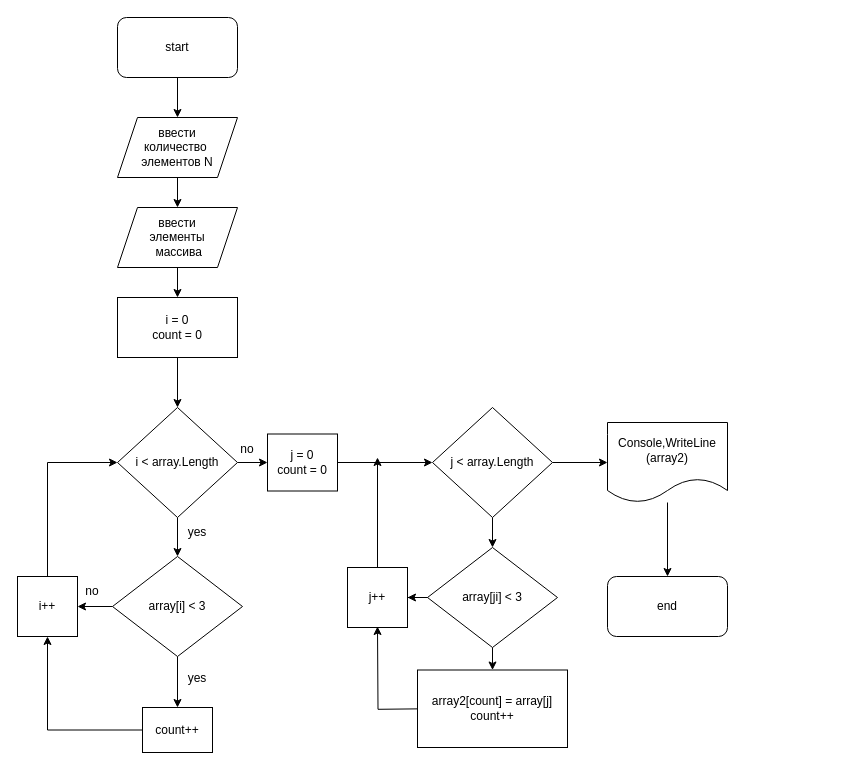
This is lessonFINAL/Project-chart.drawio from KOLOK777/LES-JAN23, a draw.io file, before an edit. Source tidied: cells renumbered, new cells numbered last; positions are measured from the earlier drawing's top-left corner, leaving out a move shared by most shapes. Both pictures are drawn from the tidied source at 100%, with x=0, y=0 at pixel (17, 17).
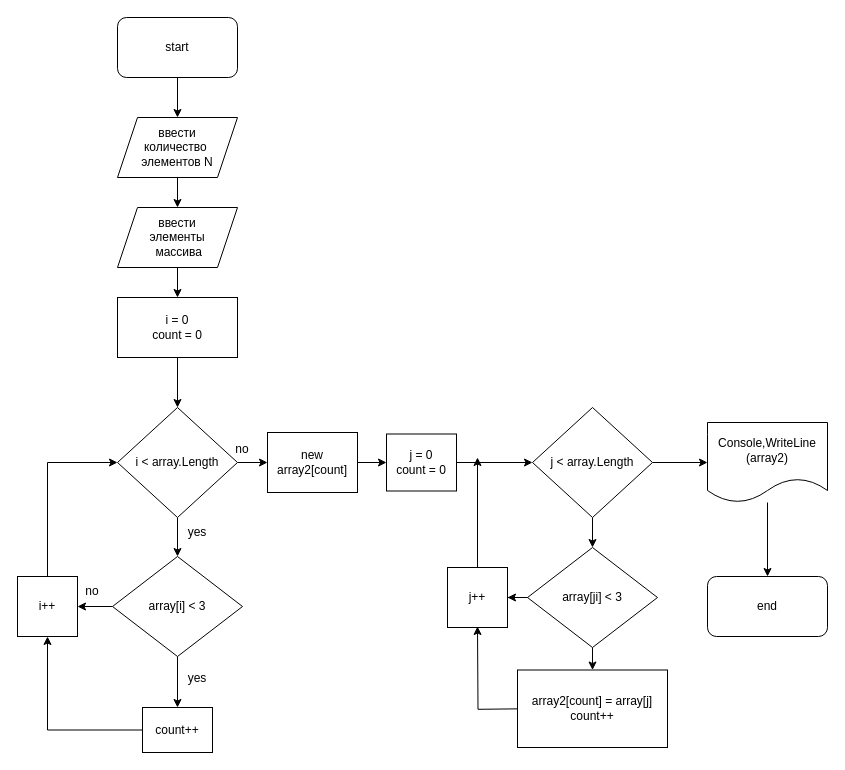
The same diagram, later.

Unchanged cells that the change refers to:
```xml
<mxCell id="4" value="i &amp;lt; array.Length" style="rhombus;whiteSpace=wrap;html=1;" parent="1" vertex="1">
  <mxGeometry x="100" y="390" width="120" height="110" as="geometry" />
</mxCell>
```

Change to the diagram source:
```diff
@@
-    <mxCell id="2" style="edgeStyle=orthogonalEdgeStyle;rounded=0;jettySize=auto;html=1;entryX=0;entryY=0.5;entryDx=0;entryDy=0;" parent="1" edge="1" source="4" target="36">
-      <mxGeometry relative="1" as="geometry" />
-    </mxCell>
@@
+    <mxCell id="39" style="edgeStyle=orthogonalEdgeStyle;rounded=0;jettySize=auto;html=1;entryX=0;entryY=0.5;entryDx=0;entryDy=0;" parent="1" edge="1" source="4" target="41">
+      <mxGeometry relative="1" as="geometry" />
+    </mxCell>
@@
     <mxCell id="7" value="array[ji] &amp;lt; 3" style="rhombus;whiteSpace=wrap;html=1;" parent="1" vertex="1">
-      <mxGeometry x="410" y="530" width="130" height="100" as="geometry" />
+      <mxGeometry x="510" y="530" width="130" height="100" as="geometry" />
     </mxCell>
     <mxCell id="8" style="edgeStyle=orthogonalEdgeStyle;rounded=0;orthogonalLoop=1;jettySize=auto;html=1;entryX=0.4;entryY=1;entryDx=0;entryDy=0;entryPerimeter=0;" parent="1" edge="1">
       <mxGeometry relative="1" as="geometry">
-        <mxPoint x="406" y="691.3" as="sourcePoint" />
-        <mxPoint x="360" y="609" as="targetPoint" />
+        <mxPoint x="506" y="691.3" as="sourcePoint" />
+        <mxPoint x="460" y="609" as="targetPoint" />
       </mxGeometry>
     </mxCell>
     <mxCell id="9" value="array2[count] = array[j]&lt;br&gt;count++" style="rounded=0;whiteSpace=wrap;html=1;" parent="1" vertex="1">
-      <mxGeometry x="400" y="652.5" width="150" height="77.5" as="geometry" />
+      <mxGeometry x="500" y="652.5" width="150" height="77.5" as="geometry" />
     </mxCell>
@@
     <mxCell id="13" value="Console,WriteLine (array2)" style="shape=document;whiteSpace=wrap;html=1;boundedLbl=1;" parent="1" vertex="1">
-      <mxGeometry x="590" y="405" width="120" height="80" as="geometry" />
+      <mxGeometry x="690" y="405" width="120" height="80" as="geometry" />
     </mxCell>
@@
     <mxCell id="16" value="end" style="rounded=1;whiteSpace=wrap;html=1;" parent="1" vertex="1">
-      <mxGeometry x="590" y="559" width="120" height="60" as="geometry" />
+      <mxGeometry x="690" y="559" width="120" height="60" as="geometry" />
     </mxCell>
@@
     <mxCell id="22" value="no" style="text;strokeColor=none;align=center;fillColor=none;html=1;verticalAlign=middle;whiteSpace=wrap;rounded=0;" parent="1" vertex="1">
-      <mxGeometry x="200" y="416.5" width="60" height="30" as="geometry" />
+      <mxGeometry x="195" y="416.5" width="60" height="30" as="geometry" />
     </mxCell>
@@
     <mxCell id="34" value="j &amp;lt; array.Length" style="rhombus;whiteSpace=wrap;html=1;" parent="1" vertex="1">
-      <mxGeometry x="415" y="390" width="120" height="110" as="geometry" />
+      <mxGeometry x="515" y="390" width="120" height="110" as="geometry" />
     </mxCell>
@@
     <mxCell id="36" value="j = 0&lt;br&gt;count = 0" style="rounded=0;whiteSpace=wrap;html=1;" parent="1" vertex="1">
-      <mxGeometry x="250" y="416.5" width="70" height="57" as="geometry" />
+      <mxGeometry x="369" y="416.5" width="70" height="57" as="geometry" />
     </mxCell>
     <mxCell id="37" style="edgeStyle=orthogonalEdgeStyle;rounded=0;jettySize=auto;html=1;" parent="1" edge="1" source="38">
       <mxGeometry relative="1" as="geometry">
-        <mxPoint x="360" y="440" as="targetPoint" />
+        <mxPoint x="460" y="440" as="targetPoint" />
       </mxGeometry>
     </mxCell>
     <mxCell id="38" value="j++" style="rounded=0;whiteSpace=wrap;html=1;" parent="1" vertex="1">
-      <mxGeometry x="330" y="550" width="60" height="60" as="geometry" />
+      <mxGeometry x="430" y="550" width="60" height="60" as="geometry" />
     </mxCell>
+    <mxCell id="40" style="edgeStyle=orthogonalEdgeStyle;rounded=0;jettySize=auto;html=1;entryX=0;entryY=0.5;entryDx=0;entryDy=0;" parent="1" edge="1" source="41" target="36">
+      <mxGeometry relative="1" as="geometry" />
+    </mxCell>
+    <mxCell id="41" value="new array2[count]" style="rounded=0;whiteSpace=wrap;html=1;" parent="1" vertex="1">
+      <mxGeometry x="250" y="415" width="90" height="60" as="geometry" />
+    </mxCell>
```
